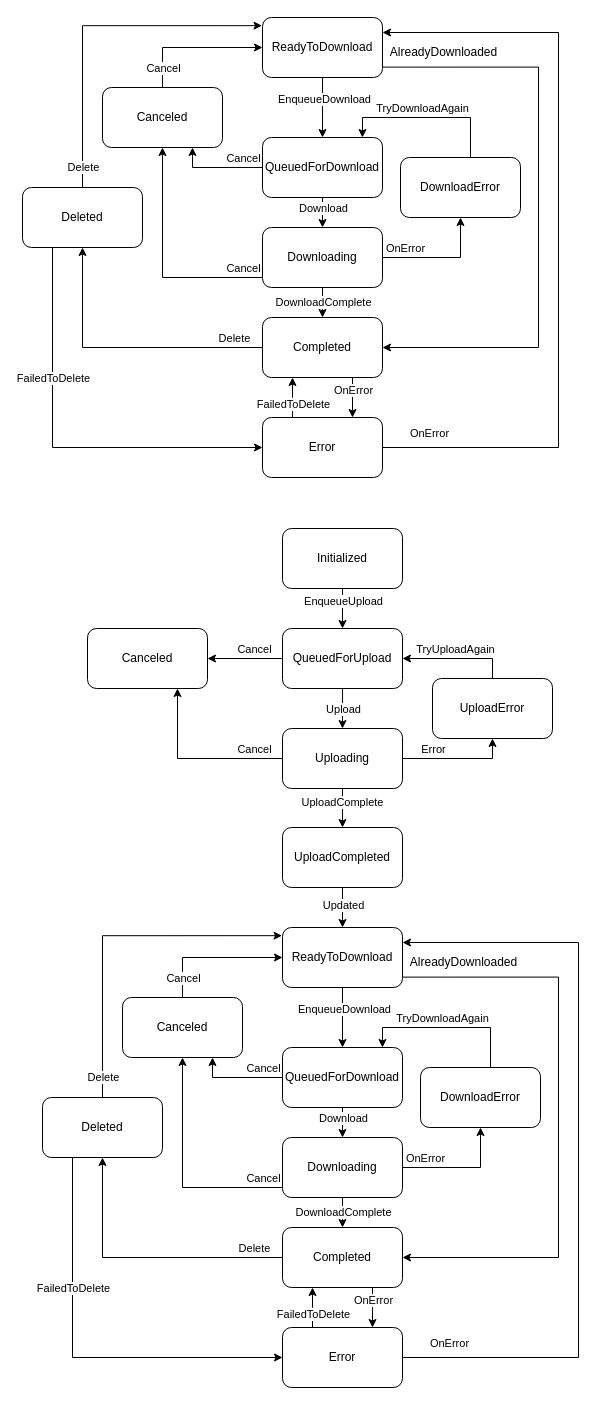
loginovao/Diagrams keeps this draw.io diagram as FileTransferStates.drawio. Above is the earlier version. Source tidied: cells renumbered, new cells numbered last; positions are measured from the earlier drawing's top-left corner, leaving out a move shared by most shapes. Both pictures are drawn from the tidied source at 100%, with x=0, y=0 at pixel (22, 17).
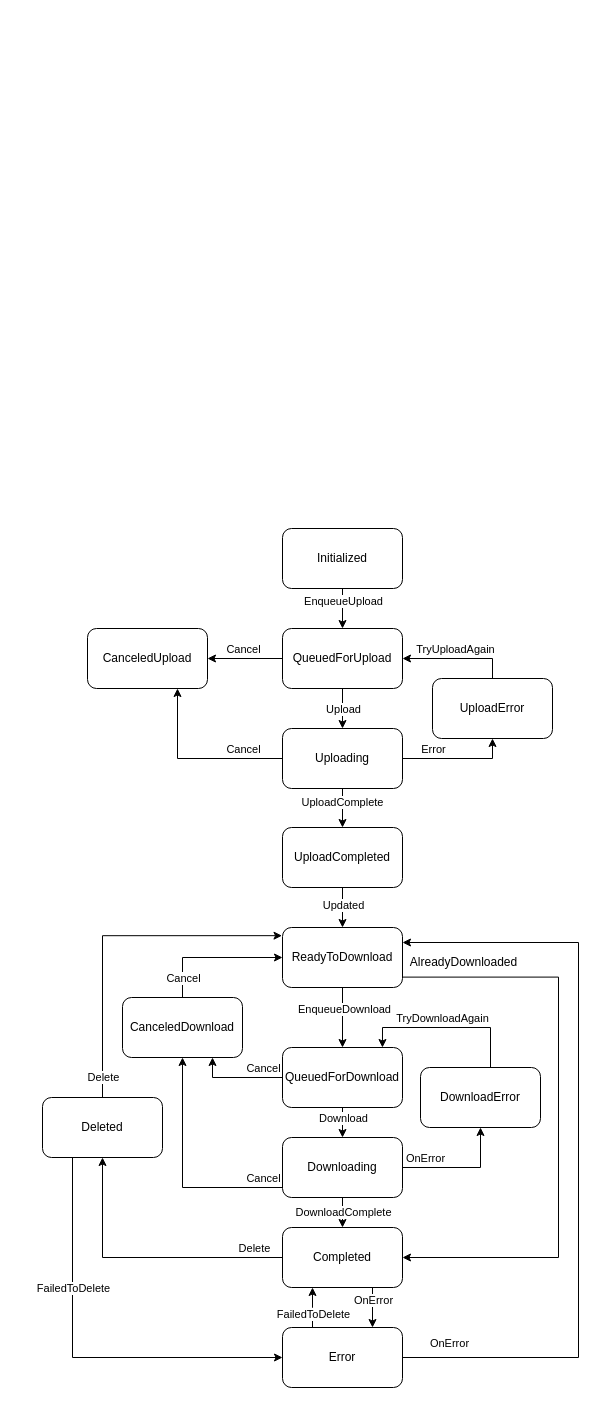
After the change.

The change refers to these unchanged cells:
```xml
<mxCell id="44" style="edgeStyle=orthogonalEdgeStyle;rounded=0;jettySize=auto;html=1;startArrow=none;startFill=0;endArrow=classic;endFill=1;" parent="41" edge="1" source="46" target="57">
  <mxGeometry relative="1" as="geometry" />
</mxCell>
<mxCell id="50" style="edgeStyle=orthogonalEdgeStyle;rounded=0;jettySize=auto;html=1;entryX=0.75;entryY=1;entryDx=0;entryDy=0;startArrow=none;startFill=0;endArrow=classic;endFill=1;" parent="41" edge="1" source="52" target="57">
  <mxGeometry relative="1" as="geometry" />
</mxCell>
```

Change to the diagram source:
```diff
@@
-    <mxCell id="2" parent="0" />
-    <mxCell id="3" style="edgeStyle=orthogonalEdgeStyle;rounded=0;jettySize=auto;html=1;" parent="2" edge="1" source="6" target="11">
-      <mxGeometry relative="1" as="geometry" />
-    </mxCell>
-    <mxCell id="4" value="EnqueueDownload" style="edgeLabel;html=1;align=center;verticalAlign=middle;" parent="3" vertex="1">
-      <mxGeometry x="-0.29" y="1" relative="1" as="geometry" />
-    </mxCell>
-    <mxCell id="5" style="edgeStyle=orthogonalEdgeStyle;rounded=0;jettySize=auto;html=1;exitX=1.001;exitY=0.827;exitDx=0;exitDy=0;entryX=1;entryY=0.5;entryDx=0;entryDy=0;exitPerimeter=0;" parent="2" edge="1" source="6" target="27">
-      <mxGeometry relative="1" as="geometry">
-        <Array as="points">
-          <mxPoint x="516" y="50" />
-          <mxPoint x="516" y="330" />
-        </Array>
-      </mxGeometry>
-    </mxCell>
-    <mxCell id="6" value="ReadyToDownload" style="rounded=1;whiteSpace=wrap;html=1;" parent="2" vertex="1">
-      <mxGeometry x="240" width="120" height="60" as="geometry" />
-    </mxCell>
-    <mxCell id="7" style="edgeStyle=orthogonalEdgeStyle;rounded=0;jettySize=auto;html=1;" parent="2" edge="1" source="11" target="18">
-      <mxGeometry relative="1" as="geometry" />
-    </mxCell>
-    <mxCell id="8" value="Download" style="edgeLabel;html=1;align=center;verticalAlign=middle;" parent="7" vertex="1">
-      <mxGeometry x="0.27" y="1" relative="1" as="geometry">
-        <mxPoint x="-1" y="-2" as="offset" />
-      </mxGeometry>
-    </mxCell>
-    <mxCell id="9" style="edgeStyle=orthogonalEdgeStyle;rounded=0;jettySize=auto;html=1;exitX=0;exitY=0.5;exitDx=0;exitDy=0;entryX=0.75;entryY=1;entryDx=0;entryDy=0;" parent="2" edge="1" source="11" target="40">
-      <mxGeometry relative="1" as="geometry" />
-    </mxCell>
-    <mxCell id="10" value="Cancel" style="edgeLabel;html=1;align=center;verticalAlign=middle;" parent="9" vertex="1">
-      <mxGeometry x="0.25" y="-1" relative="1" as="geometry">
-        <mxPoint x="36" y="-9" as="offset" />
-      </mxGeometry>
-    </mxCell>
-    <mxCell id="11" value="QueuedForDownload" style="rounded=1;whiteSpace=wrap;html=1;" parent="2" vertex="1">
-      <mxGeometry x="240" y="120" width="120" height="60" as="geometry" />
-    </mxCell>
-    <mxCell id="12" style="edgeStyle=orthogonalEdgeStyle;rounded=0;jettySize=auto;html=1;" parent="2" edge="1" source="18" target="27">
-      <mxGeometry relative="1" as="geometry" />
-    </mxCell>
-    <mxCell id="13" value="DownloadComplete" style="edgeLabel;html=1;align=center;verticalAlign=middle;" parent="12" vertex="1">
-      <mxGeometry x="0.23" y="1" relative="1" as="geometry">
-        <mxPoint x="-1" y="3" as="offset" />
-      </mxGeometry>
-    </mxCell>
-    <mxCell id="14" style="edgeStyle=orthogonalEdgeStyle;rounded=0;jettySize=auto;html=1;exitX=1;exitY=0.5;exitDx=0;exitDy=0;entryX=0.5;entryY=1;entryDx=0;entryDy=0;" parent="2" edge="1" source="18" target="30">
-      <mxGeometry relative="1" as="geometry" />
-    </mxCell>
-    <mxCell id="15" value="OnError" style="edgeLabel;html=1;align=center;verticalAlign=middle;" parent="14" vertex="1">
-      <mxGeometry x="-0.15" y="1" relative="1" as="geometry">
-        <mxPoint x="-28" y="-9" as="offset" />
-      </mxGeometry>
-    </mxCell>
-    <mxCell id="16" style="edgeStyle=orthogonalEdgeStyle;rounded=0;jettySize=auto;html=1;exitX=0;exitY=0.5;exitDx=0;exitDy=0;entryX=0.5;entryY=1;entryDx=0;entryDy=0;" parent="2" edge="1" source="18" target="40">
-      <mxGeometry relative="1" as="geometry">
-        <Array as="points">
-          <mxPoint x="240" y="260" />
-          <mxPoint x="140" y="260" />
-        </Array>
-      </mxGeometry>
-    </mxCell>
-    <mxCell id="17" value="Cancel" style="edgeLabel;html=1;align=center;verticalAlign=middle;" parent="16" vertex="1">
-      <mxGeometry x="-0.31" relative="1" as="geometry">
-        <mxPoint x="46" y="-10" as="offset" />
-      </mxGeometry>
-    </mxCell>
-    <mxCell id="18" value="Downloading" style="rounded=1;whiteSpace=wrap;html=1;" parent="2" vertex="1">
-      <mxGeometry x="240" y="210" width="120" height="60" as="geometry" />
-    </mxCell>
-    <mxCell id="19" style="edgeStyle=orthogonalEdgeStyle;rounded=0;jettySize=auto;html=1;exitX=0.5;exitY=0;exitDx=0;exitDy=0;entryX=-0.004;entryY=0.136;entryDx=0;entryDy=0;entryPerimeter=0;" parent="2" edge="1" source="37" target="6">
-      <mxGeometry relative="1" as="geometry">
-        <Array as="points">
-          <mxPoint x="60" y="8" />
-        </Array>
-      </mxGeometry>
-    </mxCell>
-    <mxCell id="20" value="Delete" style="edgeLabel;html=1;align=center;verticalAlign=middle;" parent="19" vertex="1">
-      <mxGeometry x="-0.15" y="2" relative="1" as="geometry">
-        <mxPoint x="2" y="124" as="offset" />
-      </mxGeometry>
-    </mxCell>
-    <mxCell id="21" style="edgeStyle=orthogonalEdgeStyle;rounded=0;jettySize=auto;html=1;exitX=1;exitY=0.5;exitDx=0;exitDy=0;entryX=1;entryY=0.25;entryDx=0;entryDy=0;startArrow=none;startFill=0;endArrow=classic;endFill=1;" parent="2" edge="1" source="34" target="6">
-      <mxGeometry relative="1" as="geometry">
-        <Array as="points">
-          <mxPoint x="536" y="430" />
-          <mxPoint x="536" y="15" />
-        </Array>
-      </mxGeometry>
-    </mxCell>
-    <mxCell id="22" value="OnError" style="edgeLabel;html=1;align=center;verticalAlign=middle;" parent="21" vertex="1">
-      <mxGeometry x="-0.9" y="1" relative="1" as="geometry">
-        <mxPoint x="8" y="-14" as="offset" />
-      </mxGeometry>
-    </mxCell>
-    <mxCell id="23" style="edgeStyle=orthogonalEdgeStyle;rounded=0;jettySize=auto;html=1;startArrow=none;startFill=0;endArrow=classic;endFill=1;exitX=0.75;exitY=1;exitDx=0;exitDy=0;entryX=0.75;entryY=0;entryDx=0;entryDy=0;" parent="2" edge="1" source="27" target="34">
-      <mxGeometry relative="1" as="geometry" />
-    </mxCell>
-    <mxCell id="24" value="OnError" style="edgeLabel;html=1;align=center;verticalAlign=middle;" parent="23" vertex="1">
-      <mxGeometry x="-0.42" y="-1" relative="1" as="geometry">
-        <mxPoint x="1" as="offset" />
-      </mxGeometry>
-    </mxCell>
-    <mxCell id="25" style="edgeStyle=orthogonalEdgeStyle;rounded=0;jettySize=auto;html=1;startArrow=none;startFill=0;endArrow=classic;endFill=1;" parent="2" edge="1" source="27" target="37">
-      <mxGeometry relative="1" as="geometry" />
-    </mxCell>
-    <mxCell id="26" value="Delete" style="edgeLabel;html=1;align=center;verticalAlign=middle;" parent="25" vertex="1">
-      <mxGeometry x="-0.28" relative="1" as="geometry">
-        <mxPoint x="72" y="-10" as="offset" />
-      </mxGeometry>
-    </mxCell>
-    <mxCell id="27" value="Completed" style="rounded=1;whiteSpace=wrap;html=1;" parent="2" vertex="1">
-      <mxGeometry x="240" y="300" width="120" height="60" as="geometry" />
-    </mxCell>
-    <mxCell id="28" style="edgeStyle=orthogonalEdgeStyle;rounded=0;jettySize=auto;html=1;entryX=0.833;entryY=0;entryDx=0;entryDy=0;entryPerimeter=0;exitX=0.5;exitY=0;exitDx=0;exitDy=0;" parent="2" edge="1" source="30" target="11">
-      <mxGeometry relative="1" as="geometry">
-        <Array as="points">
-          <mxPoint x="448" y="100" />
-          <mxPoint x="340" y="100" />
-        </Array>
-      </mxGeometry>
-    </mxCell>
-    <mxCell id="29" value="TryDownloadAgain" style="edgeLabel;html=1;align=center;verticalAlign=middle;" parent="28" vertex="1">
-      <mxGeometry x="0.36" y="1" relative="1" as="geometry">
-        <mxPoint x="22" y="-11" as="offset" />
-      </mxGeometry>
-    </mxCell>
-    <mxCell id="30" value="DownloadError" style="rounded=1;whiteSpace=wrap;html=1;" parent="2" vertex="1">
-      <mxGeometry x="378" y="140" width="120" height="60" as="geometry" />
-    </mxCell>
-    <mxCell id="31" value="AlreadyDownloaded" style="text;html=1;align=center;verticalAlign=middle;strokeColor=none;fillColor=none;" parent="2" vertex="1">
-      <mxGeometry x="356" y="20" width="130" height="30" as="geometry" />
-    </mxCell>
-    <mxCell id="32" style="edgeStyle=orthogonalEdgeStyle;rounded=0;jettySize=auto;html=1;exitX=0.25;exitY=0;exitDx=0;exitDy=0;entryX=0.25;entryY=1;entryDx=0;entryDy=0;startArrow=none;startFill=0;endArrow=classic;endFill=1;" parent="2" edge="1" source="34" target="27">
-      <mxGeometry relative="1" as="geometry">
-        <Array as="points">
-          <mxPoint x="270" y="380" />
-          <mxPoint x="270" y="380" />
-        </Array>
-      </mxGeometry>
-    </mxCell>
-    <mxCell id="33" value="FailedToDelete" style="edgeLabel;html=1;align=center;verticalAlign=middle;" parent="32" vertex="1">
-      <mxGeometry x="-0.31" relative="1" as="geometry" />
-    </mxCell>
-    <mxCell id="34" value="Error" style="rounded=1;whiteSpace=wrap;html=1;" parent="2" vertex="1">
-      <mxGeometry x="240" y="400" width="120" height="60" as="geometry" />
-    </mxCell>
-    <mxCell id="35" style="edgeStyle=orthogonalEdgeStyle;rounded=0;jettySize=auto;html=1;exitX=0.25;exitY=1;exitDx=0;exitDy=0;entryX=0;entryY=0.5;entryDx=0;entryDy=0;startArrow=none;startFill=0;endArrow=classic;endFill=1;" parent="2" edge="1" source="37" target="34">
-      <mxGeometry relative="1" as="geometry" />
-    </mxCell>
-    <mxCell id="36" value="FailedToDelete" style="edgeLabel;html=1;align=center;verticalAlign=middle;" parent="35" vertex="1">
-      <mxGeometry x="-0.79" y="-1" relative="1" as="geometry">
-        <mxPoint x="1" y="87" as="offset" />
-      </mxGeometry>
-    </mxCell>
-    <mxCell id="37" value="Deleted" style="rounded=1;whiteSpace=wrap;html=1;" parent="2" vertex="1">
-      <mxGeometry y="170" width="120" height="60" as="geometry" />
-    </mxCell>
-    <mxCell id="38" style="edgeStyle=orthogonalEdgeStyle;rounded=0;jettySize=auto;html=1;exitX=0.5;exitY=0;exitDx=0;exitDy=0;entryX=0;entryY=0.5;entryDx=0;entryDy=0;startArrow=none;startFill=0;endArrow=classic;endFill=1;" parent="2" edge="1" source="40" target="6">
-      <mxGeometry relative="1" as="geometry" />
-    </mxCell>
-    <mxCell id="39" value="Cancel" style="edgeLabel;html=1;align=center;verticalAlign=middle;" parent="38" vertex="1">
-      <mxGeometry x="-0.18" y="1" relative="1" as="geometry">
-        <mxPoint x="-17" y="21" as="offset" />
-      </mxGeometry>
-    </mxCell>
-    <mxCell id="40" value="Canceled" style="rounded=1;whiteSpace=wrap;html=1;" parent="2" vertex="1">
-      <mxGeometry x="80" y="70" width="120" height="60" as="geometry" />
-    </mxCell>
@@
     <mxCell id="45" value="Cancel" style="edgeLabel;html=1;align=center;verticalAlign=middle;" parent="44" vertex="1">
       <mxGeometry x="-0.23" relative="1" as="geometry">
-        <mxPoint y="-10" as="offset" />
+        <mxPoint x="-11" y="-10" as="offset" />
       </mxGeometry>
     </mxCell>
@@
     <mxCell id="51" value="Cancel" style="edgeLabel;html=1;align=center;verticalAlign=middle;" parent="50" vertex="1">
       <mxGeometry x="-0.59" relative="1" as="geometry">
-        <mxPoint x="7" y="-10" as="offset" />
+        <mxPoint x="-4" y="-10" as="offset" />
       </mxGeometry>
     </mxCell>
@@
-    <mxCell id="57" value="Canceled" style="rounded=1;whiteSpace=wrap;html=1;" parent="41" vertex="1">
+    <mxCell id="57" value="CanceledUpload" style="rounded=1;whiteSpace=wrap;html=1;" parent="41" vertex="1">
       <mxGeometry x="65" y="611" width="120" height="60" as="geometry" />
     </mxCell>
@@
-    <mxCell id="100" value="Canceled" style="rounded=1;whiteSpace=wrap;html=1;" parent="41" vertex="1">
+    <mxCell id="100" value="CanceledDownload" style="rounded=1;whiteSpace=wrap;html=1;" parent="41" vertex="1">
       <mxGeometry x="100" y="980" width="120" height="60" as="geometry" />
     </mxCell>
```
